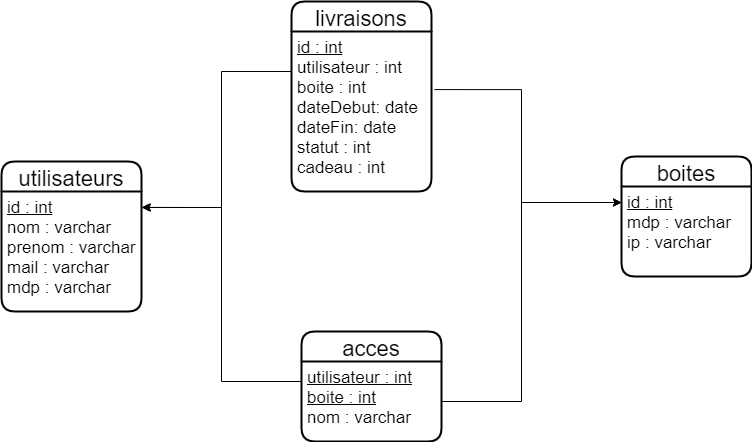
Above: Schémas/db.png in he201749/EzDelivery (draw.io), before the change. Source tidied: cells renumbered, new cells last; positions are measured from the earlier drawing's top-left corner, leaving out a move shared by most shapes.
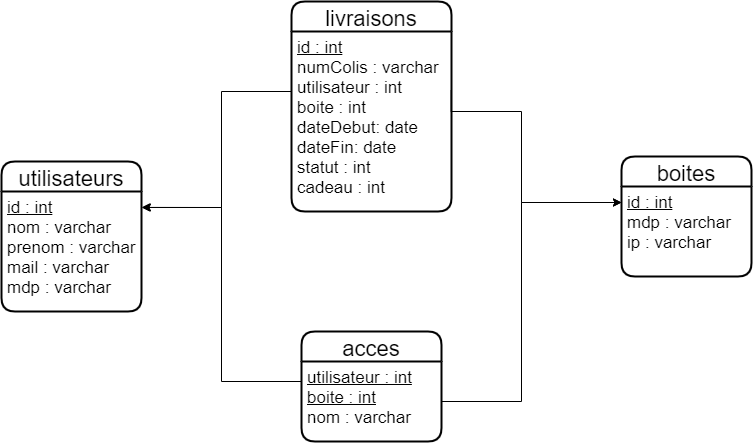
The same file after the commit.

Commit message:
maj schema db

Change to the diagram source:
```diff
@@ -14,19 +14,20 @@
     <mxCell id="5" value="&lt;u&gt;id : int&lt;/u&gt;&lt;br&gt;mdp : varchar&lt;br&gt;ip : varchar" style="align=left;strokeColor=none;fillColor=none;spacingLeft=4;fontSize=17;verticalAlign=top;fontStyle=0;html=1;" parent="4" vertex="1">
       <mxGeometry y="30" width="130" height="90" as="geometry" />
     </mxCell>
-    <mxCell id="6" style="edgeStyle=orthogonalEdgeStyle;rounded=0;jettySize=auto;html=1;exitX=1.021;exitY=0.363;exitDx=0;exitDy=0;exitPerimeter=0;" parent="1" edge="1" source="8" target="5">
+    <mxCell id="6" style="edgeStyle=orthogonalEdgeStyle;rounded=0;jettySize=auto;html=1;exitX=0.998;exitY=0.326;exitDx=0;exitDy=0;exitPerimeter=0;" parent="1" edge="1" source="8" target="5">
       <mxGeometry relative="1" as="geometry">
         <Array as="points">
-          <mxPoint x="520" y="88" />
+          <mxPoint x="450" y="110" />
+          <mxPoint x="520" y="110" />
           <mxPoint x="520" y="201" />
         </Array>
       </mxGeometry>
     </mxCell>
     <mxCell id="7" value="livraisons" style="swimlane;horizontal=1;startSize=30;rounded=1;fontSize=22;fontStyle=0;strokeWidth=2;shadow=0;dashed=0;align=center;" parent="1" vertex="1">
-      <mxGeometry x="290" width="140" height="190" as="geometry" />
+      <mxGeometry x="290" width="160" height="210" as="geometry" />
     </mxCell>
-    <mxCell id="8" value="&lt;u&gt;id : int&lt;/u&gt;&lt;br&gt;utilisateur : int&lt;br&gt;boite : int&lt;br&gt;dateDebut: date&lt;br&gt;dateFin: date&lt;br&gt;statut : int&lt;br&gt;cadeau : int" style="align=left;strokeColor=none;fillColor=none;spacingLeft=4;fontSize=17;verticalAlign=top;fontStyle=0;html=1;" parent="7" vertex="1">
-      <mxGeometry y="30" width="140" height="160" as="geometry" />
+    <mxCell id="8" value="&lt;u&gt;id : int&lt;br&gt;&lt;/u&gt;numColis : varchar&lt;br&gt;utilisateur : int&lt;br&gt;boite : int&lt;br&gt;dateDebut: date&lt;br&gt;dateFin: date&lt;br&gt;statut : int&lt;br&gt;cadeau : int" style="align=left;strokeColor=none;fillColor=none;spacingLeft=4;fontSize=17;verticalAlign=top;fontStyle=0;html=1;" parent="7" vertex="1">
+      <mxGeometry y="30" width="160" height="180" as="geometry" />
     </mxCell>
     <mxCell id="9" value="acces" style="swimlane;horizontal=1;startSize=30;rounded=1;fontSize=22;fontStyle=0;strokeWidth=2;shadow=0;dashed=0;align=center;" parent="1" vertex="1">
       <mxGeometry x="300" y="330" width="140" height="110" as="geometry" />
@@ -37,7 +38,8 @@
     <mxCell id="11" style="edgeStyle=orthogonalEdgeStyle;rounded=0;jettySize=auto;html=1;entryX=1;entryY=0.133;entryDx=0;entryDy=0;entryPerimeter=0;exitX=0;exitY=0.25;exitDx=0;exitDy=0;" parent="1" edge="1" source="8" target="3">
       <mxGeometry relative="1" as="geometry">
         <Array as="points">
-          <mxPoint x="220" y="70" />
+          <mxPoint x="290" y="90" />
+          <mxPoint x="220" y="90" />
           <mxPoint x="220" y="206" />
         </Array>
       </mxGeometry>
```
